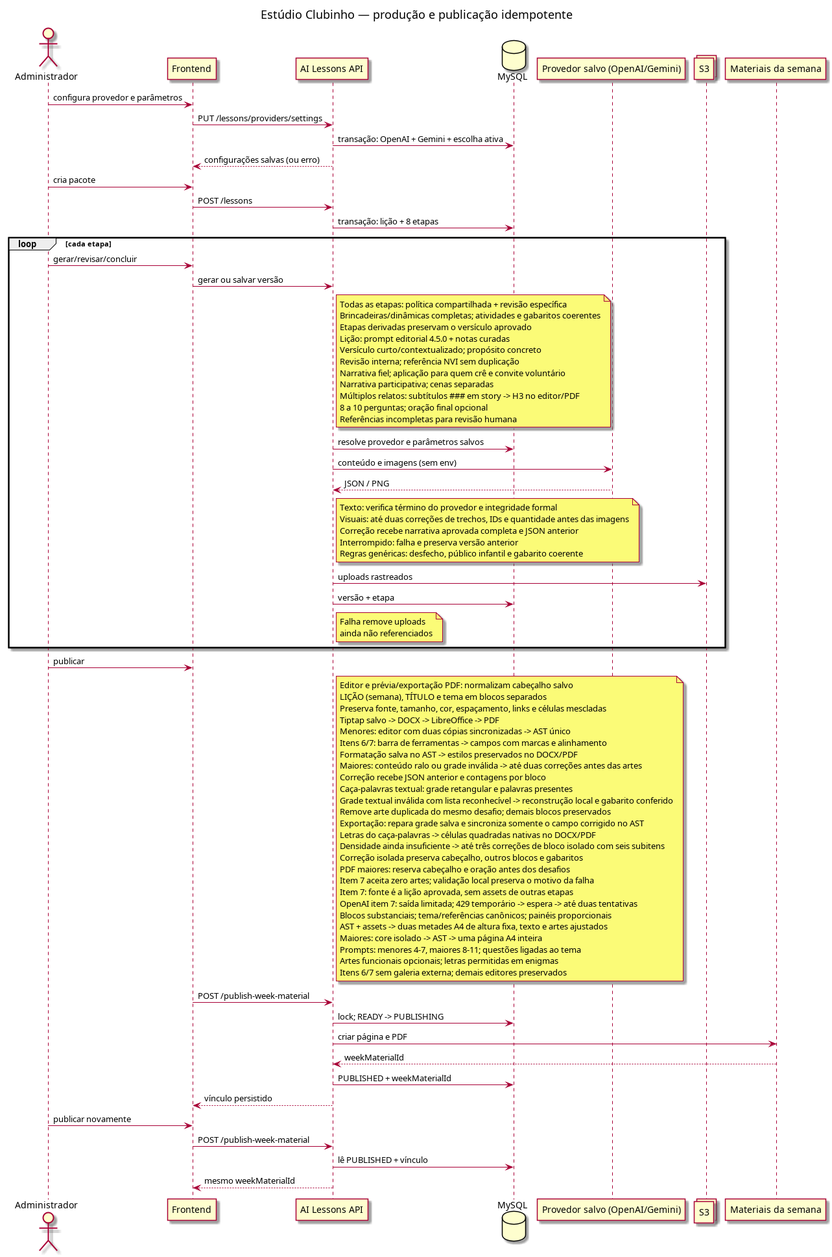
Before: docs/diagrams/flow/ai-lessons/ai-lessons-flow.png, a diagram exported from PlantUML (ministerioclubinhos/clubinhonib-api). Its source is kept beside it as docs/diagrams/flow/ai-lessons/ai-lessons-flow.puml.
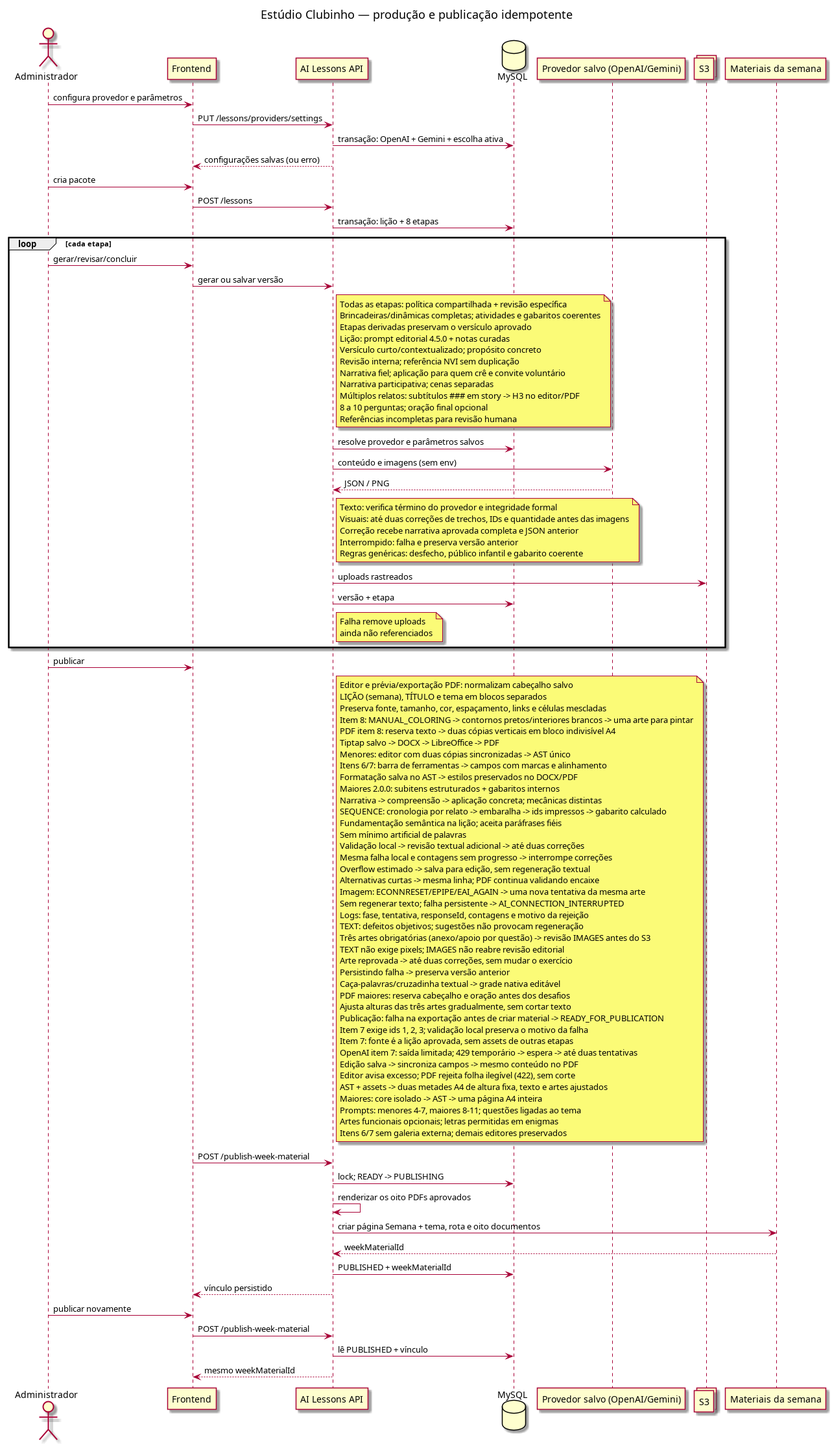
After the commit.

Change to the diagram source:
```diff
@@ -56,24 +56,38 @@
   Editor e prévia/exportação PDF: normalizam cabeçalho salvo
   LIÇÃO (semana), TÍTULO e tema em blocos separados
   Preserva fonte, tamanho, cor, espaçamento, links e células mescladas
+  Item 8: MANUAL_COLORING -> contornos pretos/interiores brancos -> uma arte para pintar
+  PDF item 8: reserva texto -> duas cópias verticais em bloco indivisível A4
   Tiptap salvo -> DOCX -> LibreOffice -> PDF
   Menores: editor com duas cópias sincronizadas -> AST único
   Itens 6/7: barra de ferramentas -> campos com marcas e alinhamento
   Formatação salva no AST -> estilos preservados no DOCX/PDF
-  Maiores: conteúdo ralo ou grade inválida -> até duas correções antes das artes
-  Correção recebe JSON anterior e contagens por bloco
-  Caça-palavras textual: grade retangular e palavras presentes
-  Grade textual inválida com lista reconhecível -> reconstrução local e gabarito conferido
-  Remove arte duplicada do mesmo desafio; demais blocos preservados
-  Exportação: repara grade salva e sincroniza somente o campo corrigido no AST
-  Letras do caça-palavras -> células quadradas nativas no DOCX/PDF
-  Densidade ainda insuficiente -> até três correções de bloco isolado com seis subitens
-  Correção isolada preserva cabeçalho, outros blocos e gabaritos
+  Maiores 2.0.0: subitens estruturados + gabaritos internos
+  Narrativa -> compreensão -> aplicação concreta; mecânicas distintas
+  SEQUENCE: cronologia por relato -> embaralha -> ids impressos -> gabarito calculado
+  Fundamentação semântica na lição; aceita paráfrases fiéis
+  Sem mínimo artificial de palavras
+  Validação local -> revisão textual adicional -> até duas correções
+  Mesma falha local e contagens sem progresso -> interrompe correções
+  Overflow estimado -> salva para edição, sem regeneração textual
+  Alternativas curtas -> mesma linha; PDF continua validando encaixe
+  Imagem: ECONNRESET/EPIPE/EAI_AGAIN -> uma nova tentativa da mesma arte
+  Sem regenerar texto; falha persistente -> AI_CONNECTION_INTERRUPTED
+  Logs: fase, tentativa, responseId, contagens e motivo da rejeição
+  TEXT: defeitos objetivos; sugestões não provocam regeneração
+  Três artes obrigatórias (anexo/apoio por questão) -> revisão IMAGES antes do S3
+  TEXT não exige pixels; IMAGES não reabre revisão editorial
+  Arte reprovada -> até duas correções, sem mudar o exercício
+  Persistindo falha -> preserva versão anterior
+  Caça-palavras/cruzadinha textual -> grade nativa editável
   PDF maiores: reserva cabeçalho e oração antes dos desafios
-  Item 7 aceita zero artes; validação local preserva o motivo da falha
+  Ajusta alturas das três artes gradualmente, sem cortar texto
+  Publicação: falha na exportação antes de criar material -> READY_FOR_PUBLICATION
+  Item 7 exige ids 1, 2, 3; validação local preserva o motivo da falha
   Item 7: fonte é a lição aprovada, sem assets de outras etapas
   OpenAI item 7: saída limitada; 429 temporário -> espera -> até duas tentativas
-  Blocos substanciais; tema/referências canônicos; painéis proporcionais
+  Edição salva -> sincroniza campos -> mesmo conteúdo no PDF
+  Editor avisa excesso; PDF rejeita folha ilegível (422), sem corte
   AST + assets -> duas metades A4 de altura fixa, texto e artes ajustados
   Maiores: core isolado -> AST -> uma página A4 inteira
   Prompts: menores 4-7, maiores 8-11; questões ligadas ao tema
@@ -82,7 +96,8 @@
 end note
 Frontend -> API: POST /publish-week-material
 API -> MySQL: lock; READY -> PUBLISHING
-API -> Week: criar página e PDF
+API -> API: renderizar os oito PDFs aprovados
+API -> Week: criar página Semana + tema, rota e oito documentos
 Week --> API: weekMaterialId
 API -> MySQL: PUBLISHED + weekMaterialId
 API --> Frontend: vínculo persistido
```
